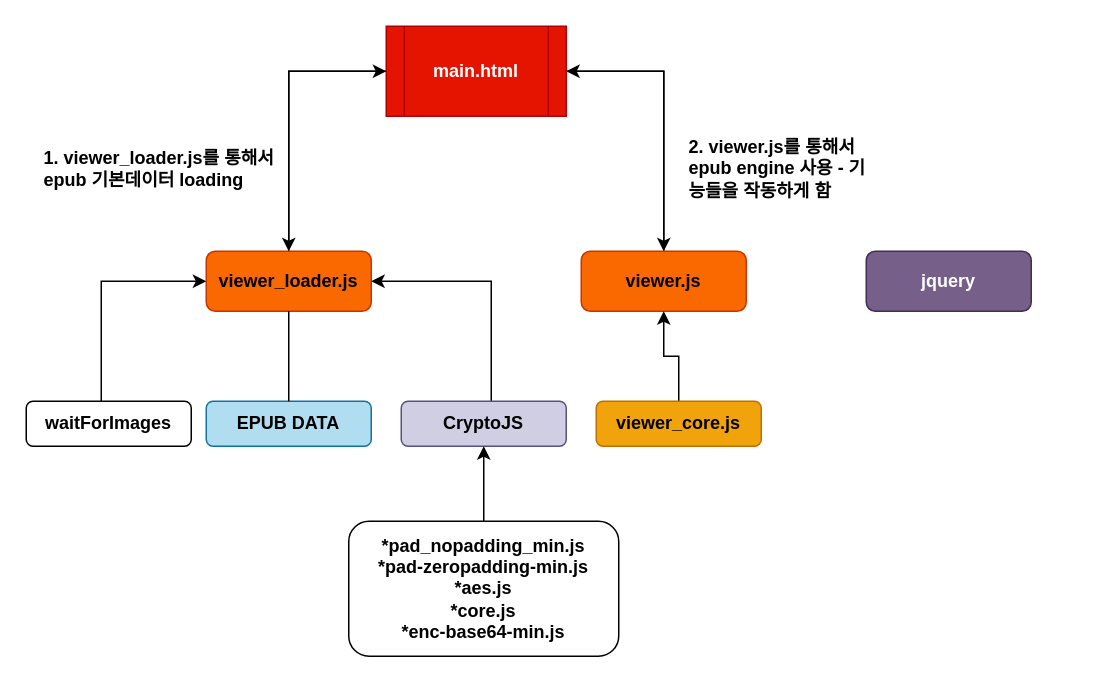
Earlier version of the draw.io diagram Untitled Diagram.drawio (junhee916/basic_Modify). Source tidied: cells renumbered, new cells numbered last; positions are measured from the earlier drawing's top-left corner, leaving out a move shared by most shapes. Both pictures are drawn from the tidied source at 150%, with x=0, y=0 at pixel (26, 26).
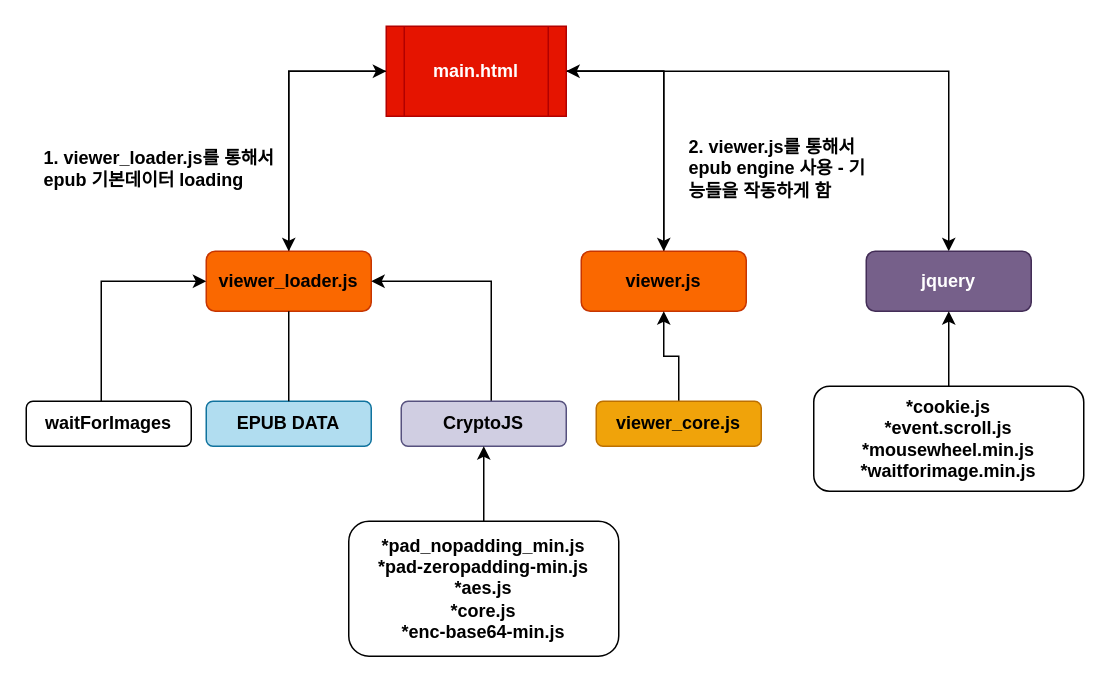
The same page after the edit.

Commit message (it also covers changes not shown here):
basic_epub_engine

The change refers to these unchanged cells:
```xml
<mxCell id="4" value="&lt;b&gt;main.html&lt;/b&gt;" style="shape=process;whiteSpace=wrap;html=1;backgroundOutline=1;fillColor=#e51400;strokeColor=#B20000;fontColor=#ffffff;" parent="1" vertex="1">
  <mxGeometry x="240" width="120" height="60" as="geometry" />
</mxCell>
<mxCell id="21" value="&lt;b&gt;jquery&lt;/b&gt;" style="rounded=1;whiteSpace=wrap;html=1;fillColor=#76608a;strokeColor=#432D57;fontColor=#ffffff;" parent="1" vertex="1">
  <mxGeometry x="560" y="150" width="110" height="40" as="geometry" />
</mxCell>
```

The edit, as a diff of the source:
```diff
@@
+    <mxCell id="22" style="edgeStyle=orthogonalEdgeStyle;rounded=0;jettySize=auto;html=1;" parent="1" edge="1" source="4" target="21">
+      <mxGeometry relative="1" as="geometry" />
+    </mxCell>
@@
+    <mxCell id="23" style="edgeStyle=orthogonalEdgeStyle;rounded=0;jettySize=auto;html=1;" parent="1" edge="1" source="24" target="21">
+      <mxGeometry relative="1" as="geometry" />
+    </mxCell>
+    <mxCell id="24" value="&lt;b&gt;*cookie.js&lt;br&gt;*event.scroll.js&lt;br&gt;*mousewheel.min.js&lt;br&gt;*waitforimage.min.js&lt;br&gt;&lt;/b&gt;" style="rounded=1;whiteSpace=wrap;html=1;" parent="1" vertex="1">
+      <mxGeometry x="525" y="240" width="180" height="70" as="geometry" />
+    </mxCell>
```
